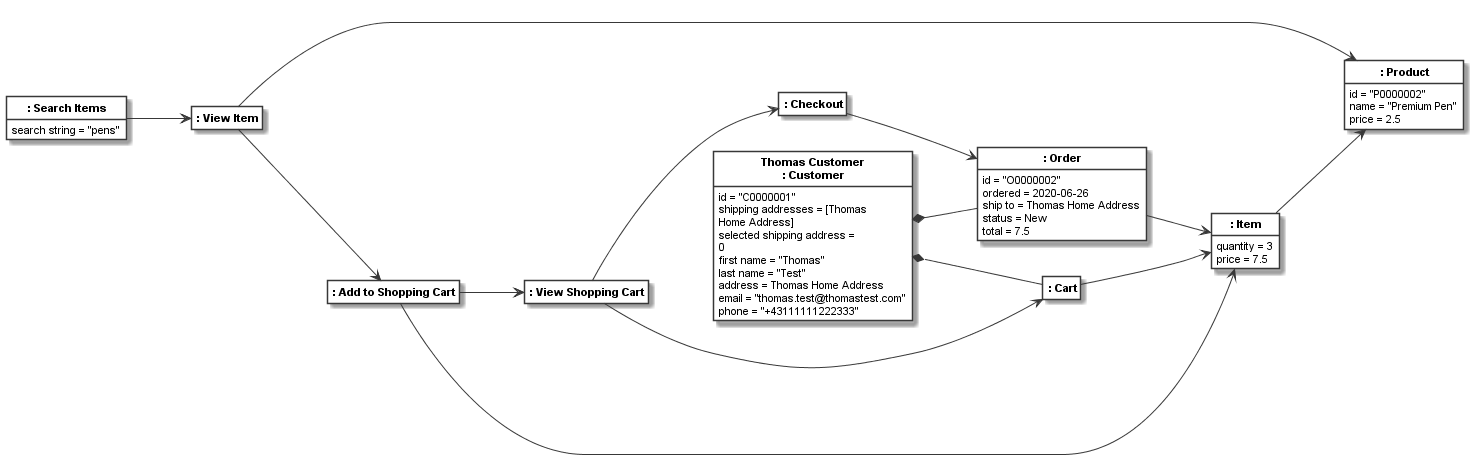
uzdun/CodeableModels keeps this PlantUML diagram as docs/_images/shopping_trace_object_model_with_objects.png. Above is the earlier version.
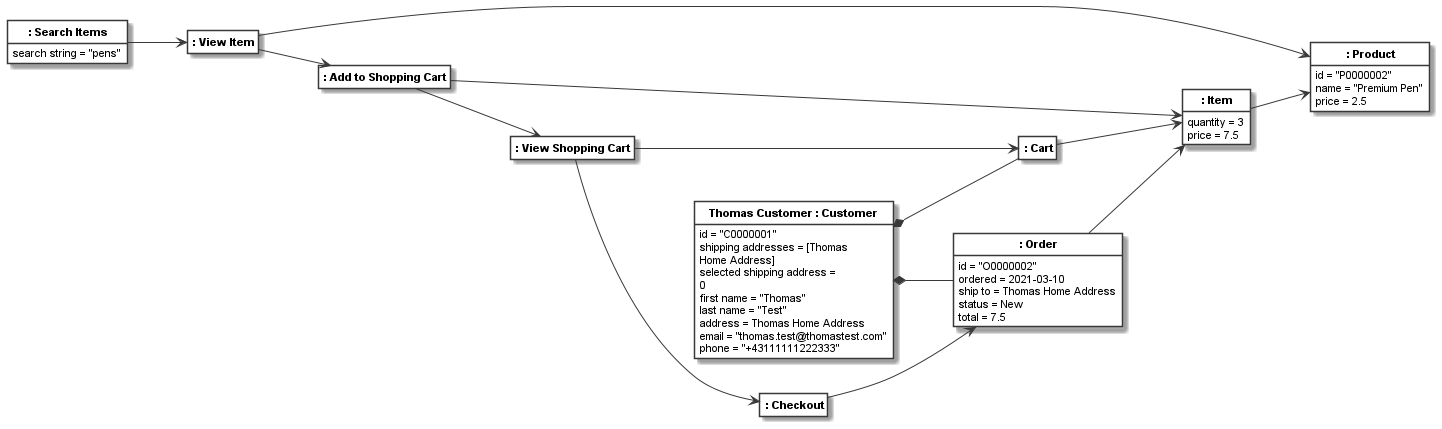
Later version of the same file.

Change to the diagram source:
```diff
@@ -5,26 +5,25 @@
 hide circle
 skinparam defaultFontName Arial
 skinparam defaultFontSize 11
-skinparam classfontstyle bold
 left to right direction
-class " : Search Items" as __1_None {
+class "<b> : Search Items</b>" as __1_None {
 search string = "pens"
 }
 
-class " : View Item" as __2_None
-class " : Product" as __3_None {
+class "<b> : View Item</b>" as __2_None
+class "<b> : Product</b>" as __3_None {
 id = "P0000002"
 name = "Premium Pen"
 price = 2.5
 }
 
-class " : Item" as __4_None {
+class "<b> : Item</b>" as __4_None {
 quantity = 3
 price = 7.5
 }
 
-class " : Cart" as __5_None
-class "Thomas Customer\n : Customer" as __6_Thomas_Customer {
+class "<b> : Cart</b>" as __5_None
+class "<b>Thomas Customer : Customer</b>" as __6_Thomas_Customer {
 id = "C0000001"
 shipping addresses = [Thomas\nHome Address]
 selected shipping address =\n0
@@ -35,28 +34,28 @@
 phone = "+43111111222333"
 }
 
-class " : Order" as __7_None {
+class "<b> : Order</b>" as __7_None {
 id = "O0000002"
-ordered = 2020-06-26
+ordered = 2021-03-10
 ship to = Thomas Home Address
 status = New
 total = 7.5
 }
 
-class " : Checkout" as __8_None
-class " : View Shopping Cart" as __9_None
-class " : Add to Shopping Cart" as __10_None
-__1_None --> __2_None: ""
-__2_None --> __3_None: ""
-__2_None --> __10_None: ""
-__4_None --> __3_None: ""
-__5_None --> __4_None: ""
-__6_Thomas_Customer *-- __5_None: ""
-__6_Thomas_Customer *-- __7_None: ""
-__7_None --> __4_None: ""
-__8_None --> __7_None: ""
-__9_None --> __5_None: ""
-__9_None --> __8_None: ""
-__10_None --> __4_None: ""
-__10_None --> __9_None: ""
+class "<b> : Checkout</b>" as __8_None
+class "<b> : View Shopping Cart</b>" as __9_None
+class "<b> : Add to Shopping Cart</b>" as __10_None
+__1_None --> __2_None
+__2_None --> __3_None
+__2_None --> __10_None
+__4_None --> __3_None
+__5_None --> __4_None
+__6_Thomas_Customer *-- __5_None
+__6_Thomas_Customer *-- __7_None
+__7_None --> __4_None
+__8_None --> __7_None
+__9_None --> __5_None
+__9_None --> __8_None
+__10_None --> __4_None
+__10_None --> __9_None
 @enduml
```
